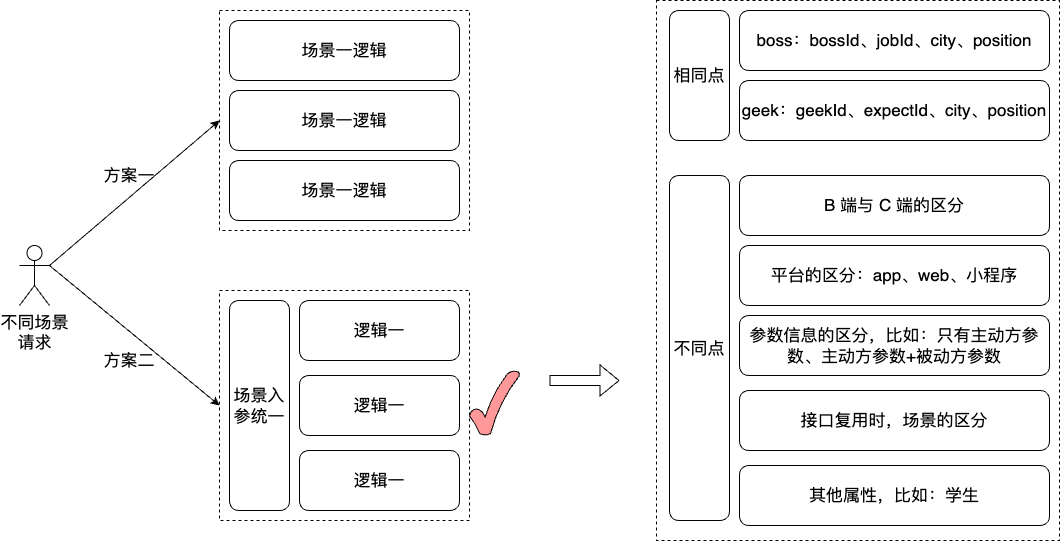
This is work-draw-file/场景接入的方案.png from liujunao/draw-data, a draw.io export, as it was before one commit. Source tidied: cells renumbered, new cells last; positions are measured from the earlier drawing's top-left corner, leaving out a move shared by most shapes.
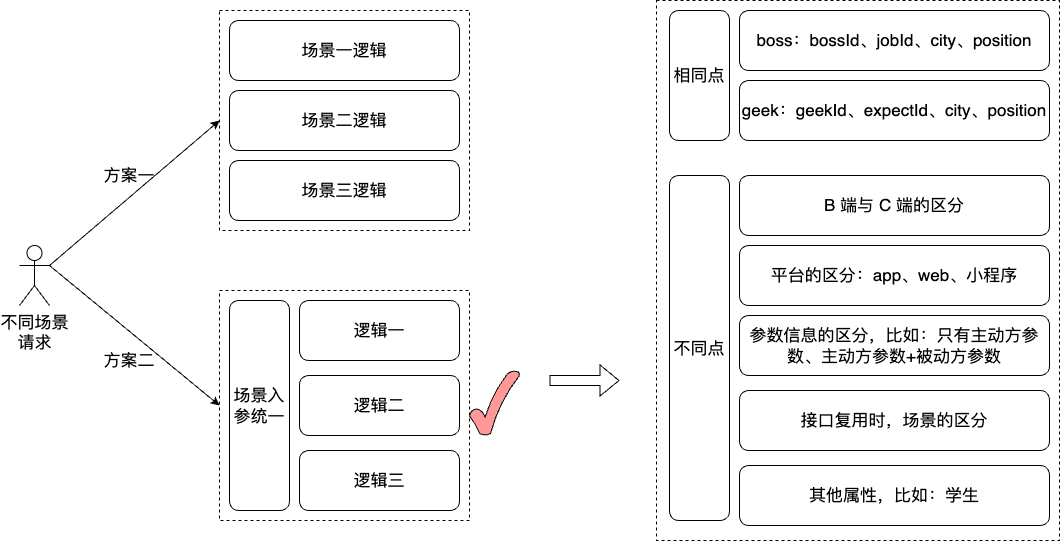
After the commit.

Commit message:
更新场景接入的方案.png

Change to the diagram source:
```diff
@@ -20,16 +20,16 @@
     <mxCell id="7" value="&lt;font size=&quot;3&quot;&gt;逻辑一&lt;/font&gt;" style="rounded=1;whiteSpace=wrap;html=1;" parent="1" vertex="1">
       <mxGeometry x="280" y="300" width="160" height="60" as="geometry" />
     </mxCell>
-    <mxCell id="8" value="&lt;font size=&quot;3&quot;&gt;场景一逻辑&lt;/font&gt;" style="rounded=1;whiteSpace=wrap;html=1;" parent="1" vertex="1">
+    <mxCell id="8" value="&lt;font size=&quot;3&quot;&gt;场景二逻辑&lt;/font&gt;" style="rounded=1;whiteSpace=wrap;html=1;" parent="1" vertex="1">
       <mxGeometry x="210" y="90" width="230" height="60" as="geometry" />
     </mxCell>
-    <mxCell id="9" value="&lt;font size=&quot;3&quot;&gt;场景一逻辑&lt;/font&gt;" style="rounded=1;whiteSpace=wrap;html=1;" parent="1" vertex="1">
+    <mxCell id="9" value="&lt;font size=&quot;3&quot;&gt;场景三逻辑&lt;/font&gt;" style="rounded=1;whiteSpace=wrap;html=1;" parent="1" vertex="1">
       <mxGeometry x="210" y="160" width="230" height="60" as="geometry" />
     </mxCell>
-    <mxCell id="10" value="&lt;font size=&quot;3&quot;&gt;逻辑一&lt;/font&gt;" style="rounded=1;whiteSpace=wrap;html=1;" parent="1" vertex="1">
+    <mxCell id="10" value="&lt;font size=&quot;3&quot;&gt;逻辑二&lt;/font&gt;" style="rounded=1;whiteSpace=wrap;html=1;" parent="1" vertex="1">
       <mxGeometry x="280" y="375" width="160" height="60" as="geometry" />
     </mxCell>
-    <mxCell id="11" value="&lt;font size=&quot;3&quot;&gt;逻辑一&lt;/font&gt;" style="rounded=1;whiteSpace=wrap;html=1;" parent="1" vertex="1">
+    <mxCell id="11" value="&lt;font size=&quot;3&quot;&gt;逻辑三&lt;/font&gt;" style="rounded=1;whiteSpace=wrap;html=1;" parent="1" vertex="1">
       <mxGeometry x="280" y="450" width="160" height="60" as="geometry" />
     </mxCell>
     <mxCell id="12" style="rounded=0;jettySize=auto;html=1;exitX=1;exitY=0.3333333333333333;exitDx=0;exitDy=0;exitPerimeter=0;entryX=0;entryY=0.5;entryDx=0;entryDy=0;" parent="1" edge="1" source="14" target="4">
```
